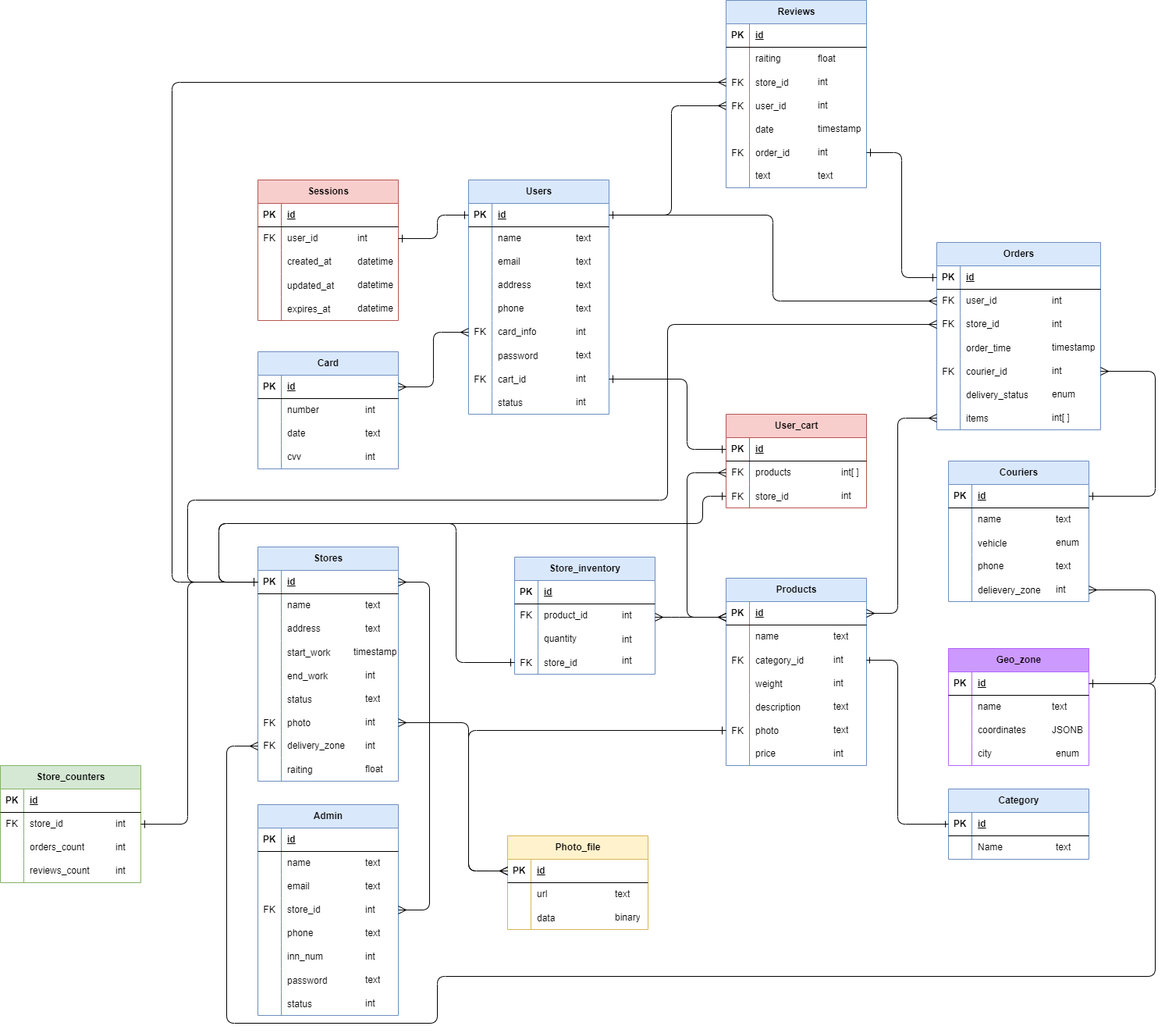
The draw.io diagram Логическая БД DZ5.png in Tovardas/TP_Highload_YandexEda, before a commit. Source tidied: cells renumbered, new cells last; positions are measured from the earlier drawing's top-left corner, leaving out a move shared by most shapes.
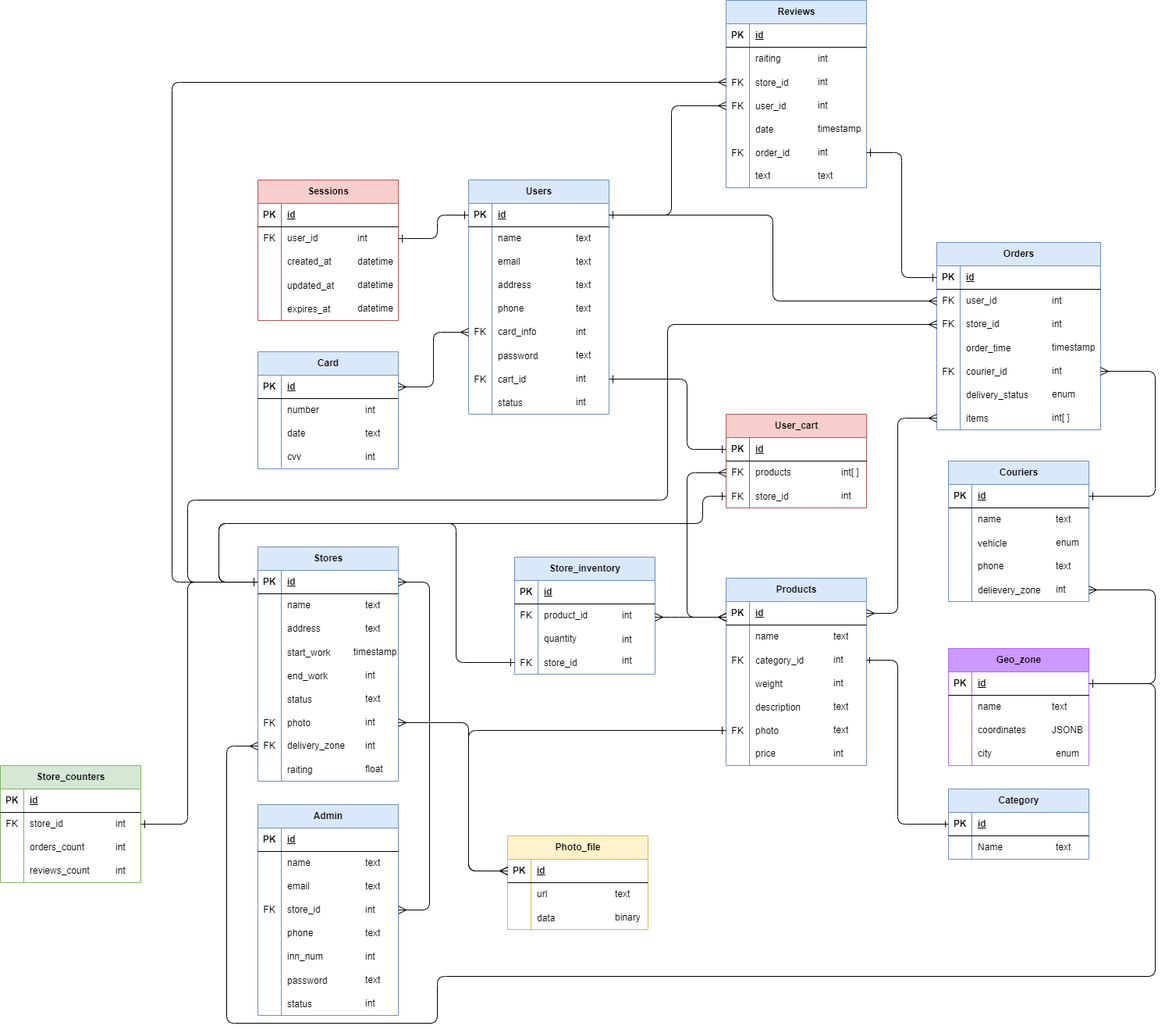
After the change.

The edit, as a diff of the source:
```diff
@@ -943,7 +943,7 @@
     <mxCell id="283" value="datetime" style="shape=partialRectangle;fillColor=none;top=0;left=0;bottom=0;right=0;align=left;spacingLeft=6;overflow=hidden;whiteSpace=wrap;html=1;" parent="1" vertex="1">
       <mxGeometry x="450" y="380" width="60" height="30" as="geometry" />
     </mxCell>
-    <mxCell id="284" value="float" style="shape=partialRectangle;fillColor=none;top=0;left=0;bottom=0;right=0;align=left;spacingLeft=6;overflow=hidden;whiteSpace=wrap;html=1;" parent="1" vertex="1">
+    <mxCell id="284" value="int" style="shape=partialRectangle;fillColor=none;top=0;left=0;bottom=0;right=0;align=left;spacingLeft=6;overflow=hidden;whiteSpace=wrap;html=1;" parent="1" vertex="1">
       <mxGeometry x="1040" y="60" width="70" height="30" as="geometry" />
     </mxCell>
     <mxCell id="285" value="int" style="shape=partialRectangle;fillColor=none;top=0;left=0;bottom=0;right=0;align=left;spacingLeft=6;overflow=hidden;whiteSpace=wrap;html=1;" parent="1" vertex="1">
```
